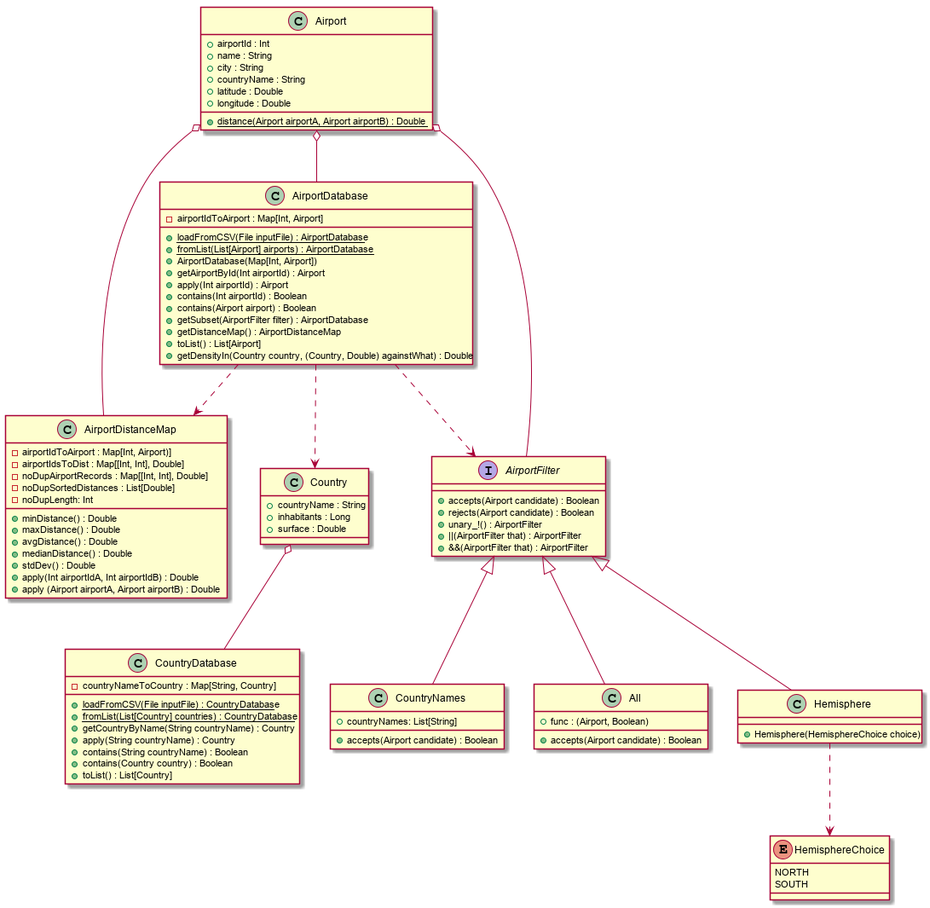
Earlier version of the PlantUML export resources/Diagramme_De_Classe.png (pBouillon/OpenFlightStatistics).
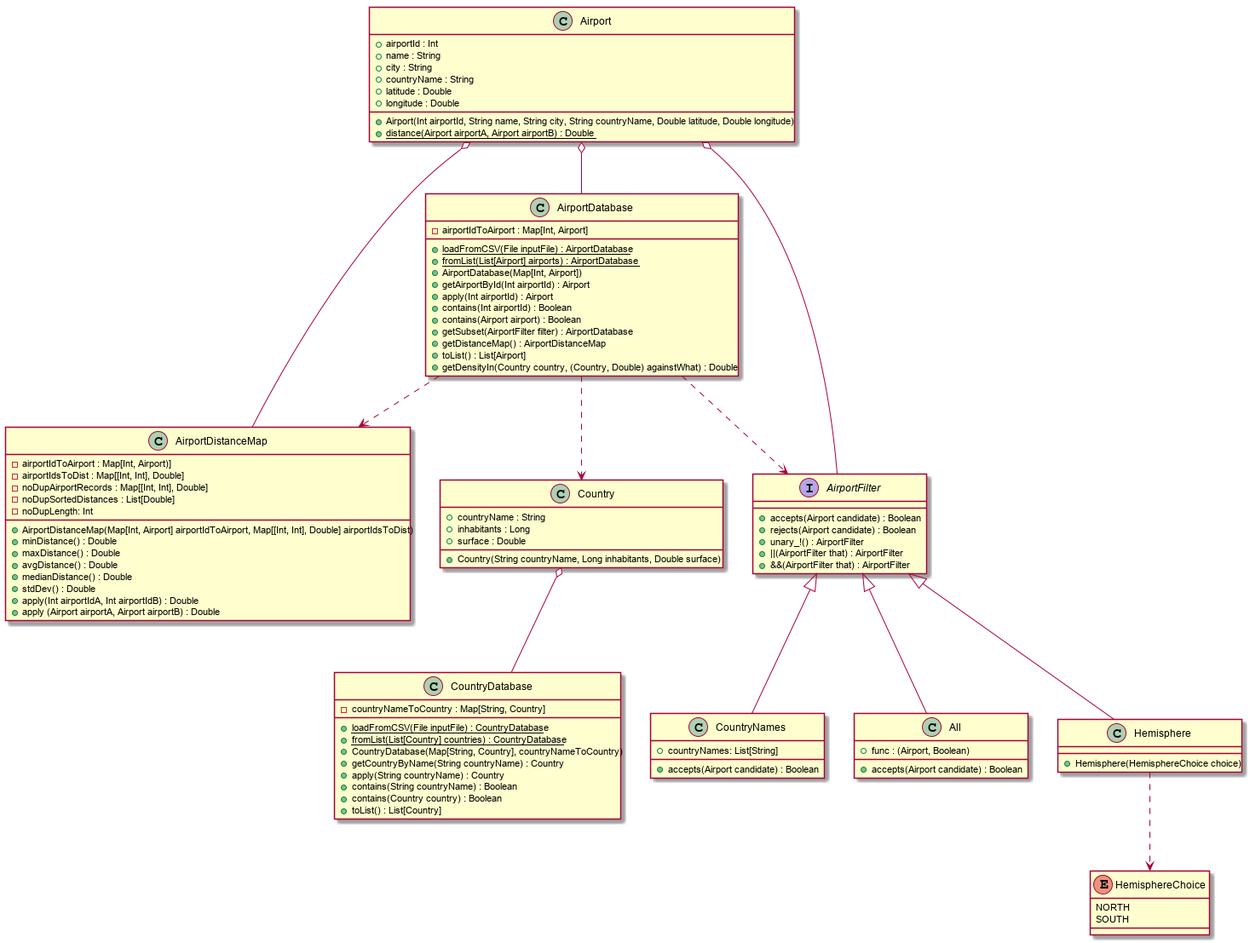
Above is the later version.

Commit message:
Ajout des constructeurs oubliés

The edit, as a diff of the source:
```diff
@@ -7,6 +7,7 @@
 	+ countryName : String
 	+ latitude : Double
 	+ longitude : Double
+	+ Airport(Int airportId, String name, String city, String countryName, Double latitude, Double longitude)
 	+ {static} distance(Airport airportA, Airport airportB) : Double
 }
 
@@ -31,6 +32,7 @@
 	{field} - noDupAirportRecords : Map[[Int, Int], Double]
 	{field} - noDupSortedDistances : List[Double]
 	{field} - noDupLength: Int
+	+ AirportDistanceMap(Map[Int, Airport] airportIdToAirport, Map[[Int, Int], Double] airportIdsToDist)
 	+ minDistance() : Double
 	+ maxDistance() : Double
 	+ avgDistance() : Double
@@ -44,12 +46,14 @@
 	+ countryName : String
 	+ inhabitants : Long
 	+ surface : Double
+	+ Country(String countryName, Long inhabitants, Double surface)
 }
 
 class CountryDatabase {
 	{field} - countryNameToCountry : Map[String, Country]
 	+ {static} loadFromCSV(File inputFile) : CountryDatabase
 	+ {static} fromList(List[Country] countries) : CountryDatabase
+	+ CountryDatabase(Map[String, Country], countryNameToCountry)
 	+ getCountryByName(String countryName) : Country
 	+ apply(String countryName) : Country
 	+ contains(String countryName) : Boolean
```
